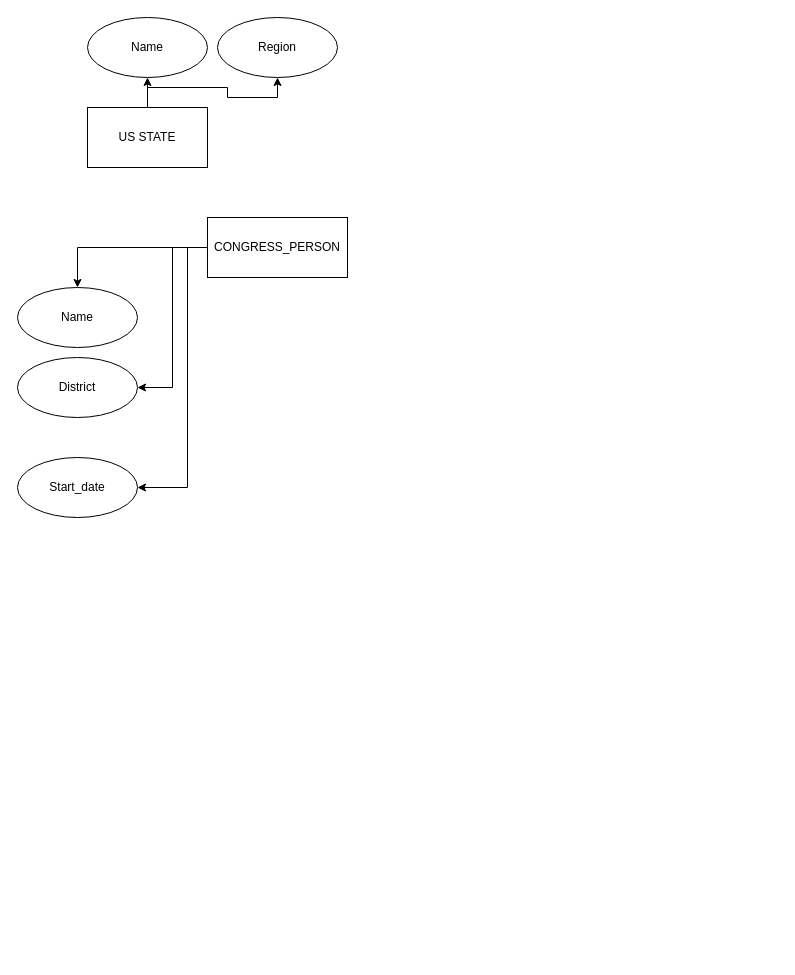
persons101/CS4620 keeps this draw.io diagram as CS4620-Mason-HW1-Ex3_21.drawio. Above is the earlier version. Source tidied: cells renumbered, new cells numbered last; positions are measured from the earlier drawing's top-left corner, leaving out a move shared by most shapes. Both pictures are drawn from the tidied source at 100%, with x=0, y=0 at pixel (17, 17).
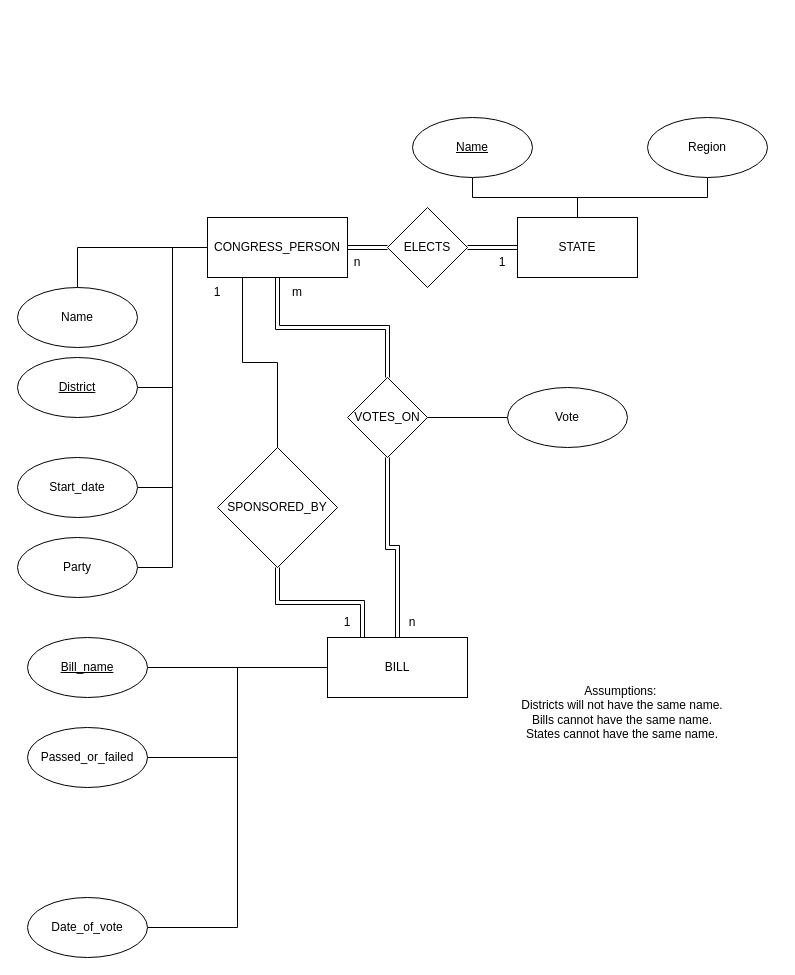
The same diagram, later.

Unchanged cells that the change refers to:
```xml
<mxCell id="10" value="CONGRESS_PERSON" style="rounded=0;whiteSpace=wrap;html=1;" parent="1" vertex="1">
  <mxGeometry x="190" y="200" width="140" height="60" as="geometry" />
</mxCell>
<mxCell id="11" value="Name" style="ellipse;whiteSpace=wrap;html=1;" parent="1" vertex="1">
  <mxGeometry y="270" width="120" height="60" as="geometry" />
</mxCell>
<mxCell id="13" value="Start_date" style="ellipse;whiteSpace=wrap;html=1;" parent="1" vertex="1">
  <mxGeometry y="440" width="120" height="60" as="geometry" />
</mxCell>
```

The edit, as a diff of the source:
```diff
@@
-    <mxCell id="2" style="rounded=0;jettySize=auto;html=1;exitX=0.5;exitY=0;exitDx=0;exitDy=0;entryX=0.5;entryY=1;entryDx=0;entryDy=0;shape=wire;dashed=1;" parent="1" edge="1" source="4" target="5">
+    <mxCell id="2" style="rounded=0;jettySize=auto;html=1;exitX=0.5;exitY=0;exitDx=0;exitDy=0;entryX=0.5;entryY=1;entryDx=0;entryDy=0;endArrow=none;endFill=0;edgeStyle=orthogonalEdgeStyle;" parent="1" edge="1" source="4" target="5">
       <mxGeometry relative="1" as="geometry" />
     </mxCell>
-    <mxCell id="3" style="edgeStyle=orthogonalEdgeStyle;rounded=0;jettySize=auto;html=1;exitX=0.5;exitY=0;exitDx=0;exitDy=0;entryX=0.5;entryY=1;entryDx=0;entryDy=0;" parent="1" edge="1" source="4" target="6">
+    <mxCell id="3" style="edgeStyle=orthogonalEdgeStyle;rounded=0;jettySize=auto;html=1;exitX=0.5;exitY=0;exitDx=0;exitDy=0;entryX=0.5;entryY=1;entryDx=0;entryDy=0;endArrow=none;endFill=0;" parent="1" edge="1" source="4" target="6">
       <mxGeometry relative="1" as="geometry" />
     </mxCell>
+    <mxCell id="14" style="edgeStyle=orthogonalEdgeStyle;rounded=0;jettySize=auto;html=1;endArrow=none;endFill=0;shape=link;" parent="1" edge="1" source="4" target="31">
+      <mxGeometry relative="1" as="geometry" />
+    </mxCell>
-    <mxCell id="4" value="US STATE" style="rounded=0;whiteSpace=wrap;html=1;" parent="1" vertex="1">
-      <mxGeometry x="70" y="90" width="120" height="60" as="geometry" />
+    <mxCell id="4" value="STATE" style="rounded=0;whiteSpace=wrap;html=1;" parent="1" vertex="1">
+      <mxGeometry x="500" y="200" width="120" height="60" as="geometry" />
     </mxCell>
-    <mxCell id="5" value="Name" style="ellipse;whiteSpace=wrap;html=1;" parent="1" vertex="1">
-      <mxGeometry x="70" width="120" height="60" as="geometry" />
+    <mxCell id="5" value="&lt;u&gt;Name&lt;/u&gt;" style="ellipse;whiteSpace=wrap;html=1;" parent="1" vertex="1">
+      <mxGeometry x="395" y="100" width="120" height="60" as="geometry" />
     </mxCell>
     <mxCell id="6" value="Region" style="ellipse;whiteSpace=wrap;html=1;" parent="1" vertex="1">
-      <mxGeometry x="200" width="120" height="60" as="geometry" />
+      <mxGeometry x="630" y="100" width="120" height="60" as="geometry" />
     </mxCell>
-    <mxCell id="7" style="edgeStyle=orthogonalEdgeStyle;rounded=0;jettySize=auto;html=1;exitX=0;exitY=0.5;exitDx=0;exitDy=0;entryX=0.5;entryY=0;entryDx=0;entryDy=0;" parent="1" edge="1" source="10" target="11">
+    <mxCell id="7" style="edgeStyle=orthogonalEdgeStyle;rounded=0;jettySize=auto;html=1;exitX=0;exitY=0.5;exitDx=0;exitDy=0;entryX=0.5;entryY=0;entryDx=0;entryDy=0;endArrow=none;endFill=0;" parent="1" edge="1" source="10" target="11">
       <mxGeometry relative="1" as="geometry" />
     </mxCell>
-    <mxCell id="8" style="edgeStyle=orthogonalEdgeStyle;rounded=0;jettySize=auto;html=1;exitX=0;exitY=0.5;exitDx=0;exitDy=0;entryX=1;entryY=0.5;entryDx=0;entryDy=0;" parent="1" edge="1" source="10" target="12">
+    <mxCell id="8" style="edgeStyle=orthogonalEdgeStyle;rounded=0;jettySize=auto;html=1;exitX=0;exitY=0.5;exitDx=0;exitDy=0;entryX=1;entryY=0.5;entryDx=0;entryDy=0;endArrow=none;endFill=0;" parent="1" edge="1" source="10" target="12">
       <mxGeometry relative="1" as="geometry" />
     </mxCell>
+    <mxCell id="15" style="edgeStyle=orthogonalEdgeStyle;rounded=0;jettySize=auto;html=1;exitX=0;exitY=0.5;exitDx=0;exitDy=0;entryX=1;entryY=0.5;entryDx=0;entryDy=0;endArrow=none;endFill=0;" parent="1" edge="1" source="10" target="17">
+      <mxGeometry relative="1" as="geometry" />
+    </mxCell>
-    <mxCell id="9" style="edgeStyle=orthogonalEdgeStyle;rounded=0;jettySize=auto;html=1;exitX=0;exitY=0.5;exitDx=0;exitDy=0;entryX=1;entryY=0.5;entryDx=0;entryDy=0;" parent="1" edge="1" source="10" target="13">
-      <mxGeometry relative="1" as="geometry">
-        <Array as="points">
-          <mxPoint x="170" y="230" />
-          <mxPoint x="170" y="470" />
-        </Array>
-      </mxGeometry>
+    <mxCell id="9" style="edgeStyle=orthogonalEdgeStyle;rounded=0;jettySize=auto;html=1;exitX=0;exitY=0.5;exitDx=0;exitDy=0;entryX=1;entryY=0.5;entryDx=0;entryDy=0;endArrow=none;endFill=0;" parent="1" edge="1" source="10" target="13">
+      <mxGeometry relative="1" as="geometry" />
     </mxCell>
+    <mxCell id="16" style="edgeStyle=orthogonalEdgeStyle;rounded=0;jettySize=auto;html=1;endArrow=none;endFill=0;shape=link;" parent="1" edge="1" source="10" target="28">
+      <mxGeometry relative="1" as="geometry" />
+    </mxCell>
@@
-    <mxCell id="12" value="District" style="ellipse;whiteSpace=wrap;html=1;" parent="1" vertex="1">
+    <mxCell id="12" value="&lt;u&gt;District&lt;/u&gt;" style="ellipse;whiteSpace=wrap;html=1;" parent="1" vertex="1">
       <mxGeometry y="340" width="120" height="60" as="geometry" />
     </mxCell>
@@
+    <mxCell id="17" value="Party" style="ellipse;whiteSpace=wrap;html=1;" parent="1" vertex="1">
+      <mxGeometry y="520" width="120" height="60" as="geometry" />
+    </mxCell>
+    <mxCell id="18" style="edgeStyle=orthogonalEdgeStyle;rounded=0;jettySize=auto;html=1;exitX=0;exitY=0.5;exitDx=0;exitDy=0;entryX=1;entryY=0.5;entryDx=0;entryDy=0;endArrow=none;endFill=0;" parent="1" edge="1" source="22" target="23">
+      <mxGeometry relative="1" as="geometry" />
+    </mxCell>
+    <mxCell id="19" style="edgeStyle=orthogonalEdgeStyle;rounded=0;jettySize=auto;html=1;exitX=0;exitY=0.5;exitDx=0;exitDy=0;entryX=1;entryY=0.5;entryDx=0;entryDy=0;endArrow=none;endFill=0;" parent="1" edge="1" source="22" target="24">
+      <mxGeometry relative="1" as="geometry" />
+    </mxCell>
+    <mxCell id="20" style="edgeStyle=orthogonalEdgeStyle;rounded=0;jettySize=auto;html=1;entryX=1;entryY=0.5;entryDx=0;entryDy=0;endArrow=none;endFill=0;" parent="1" edge="1" source="22" target="25">
+      <mxGeometry relative="1" as="geometry" />
+    </mxCell>
+    <mxCell id="21" style="edgeStyle=orthogonalEdgeStyle;rounded=0;jettySize=auto;html=1;shape=link;exitX=0.25;exitY=0;exitDx=0;exitDy=0;" parent="1" edge="1" source="22" target="34">
+      <mxGeometry relative="1" as="geometry" />
+    </mxCell>
+    <mxCell id="22" value="BILL" style="rounded=0;whiteSpace=wrap;html=1;" parent="1" vertex="1">
+      <mxGeometry x="310" y="620" width="140" height="60" as="geometry" />
+    </mxCell>
+    <mxCell id="23" value="&lt;u&gt;Bill_name&lt;/u&gt;" style="ellipse;whiteSpace=wrap;html=1;" parent="1" vertex="1">
+      <mxGeometry x="10" y="620" width="120" height="60" as="geometry" />
+    </mxCell>
+    <mxCell id="24" value="Passed_or_failed" style="ellipse;whiteSpace=wrap;html=1;" parent="1" vertex="1">
+      <mxGeometry x="10" y="710" width="120" height="60" as="geometry" />
+    </mxCell>
+    <mxCell id="25" value="Date_of_vote" style="ellipse;whiteSpace=wrap;html=1;" parent="1" vertex="1">
+      <mxGeometry x="10" y="880" width="120" height="60" as="geometry" />
+    </mxCell>
+    <mxCell id="26" style="edgeStyle=orthogonalEdgeStyle;rounded=0;jettySize=auto;html=1;endArrow=none;endFill=0;shape=link;" parent="1" edge="1" source="28" target="22">
+      <mxGeometry relative="1" as="geometry" />
+    </mxCell>
+    <mxCell id="27" style="edgeStyle=orthogonalEdgeStyle;rounded=0;jettySize=auto;html=1;endArrow=none;endFill=0;" parent="1" edge="1" source="28" target="29">
+      <mxGeometry relative="1" as="geometry" />
+    </mxCell>
+    <mxCell id="28" value="VOTES_ON" style="rhombus;whiteSpace=wrap;html=1;rounded=0;" parent="1" vertex="1">
+      <mxGeometry x="330" y="360" width="80" height="80" as="geometry" />
+    </mxCell>
+    <mxCell id="29" value="Vote" style="ellipse;whiteSpace=wrap;html=1;" parent="1" vertex="1">
+      <mxGeometry x="490" y="370" width="120" height="60" as="geometry" />
+    </mxCell>
+    <mxCell id="30" style="edgeStyle=orthogonalEdgeStyle;rounded=0;jettySize=auto;html=1;endArrow=none;endFill=0;shape=link;" parent="1" edge="1" source="31" target="10">
+      <mxGeometry relative="1" as="geometry" />
+    </mxCell>
+    <mxCell id="31" value="ELECTS" style="rhombus;whiteSpace=wrap;html=1;rounded=0;" parent="1" vertex="1">
+      <mxGeometry x="370" y="190" width="80" height="80" as="geometry" />
+    </mxCell>
+    <mxCell id="32" value="Assumptions:&amp;nbsp;&lt;div&gt;Districts will not have the same name.&lt;/div&gt;&lt;div&gt;Bills cannot have the same name.&lt;/div&gt;&lt;div&gt;States cannot have the same name.&lt;/div&gt;" style="text;html=1;whiteSpace=wrap;strokeColor=none;fillColor=none;align=center;verticalAlign=middle;rounded=0;" parent="1" vertex="1">
+      <mxGeometry x="450" y="550" width="310" height="290" as="geometry" />
+    </mxCell>
+    <mxCell id="33" style="edgeStyle=orthogonalEdgeStyle;rounded=0;jettySize=auto;html=1;endArrow=none;endFill=0;entryX=0.25;entryY=1;entryDx=0;entryDy=0;" parent="1" edge="1" source="34" target="10">
+      <mxGeometry relative="1" as="geometry" />
+    </mxCell>
+    <mxCell id="34" value="SPONSORED_BY" style="rhombus;whiteSpace=wrap;html=1;rounded=0;" parent="1" vertex="1">
+      <mxGeometry x="200" y="430" width="120" height="120" as="geometry" />
+    </mxCell>
+    <mxCell id="35" value="1" style="text;html=1;whiteSpace=wrap;strokeColor=none;fillColor=none;align=center;verticalAlign=middle;rounded=0;" parent="1" vertex="1">
+      <mxGeometry x="170" y="260" width="60" height="30" as="geometry" />
+    </mxCell>
+    <mxCell id="36" value="1" style="text;html=1;whiteSpace=wrap;strokeColor=none;fillColor=none;align=center;verticalAlign=middle;rounded=0;" parent="1" vertex="1">
+      <mxGeometry x="300" y="590" width="60" height="30" as="geometry" />
+    </mxCell>
+    <mxCell id="37" value="n" style="text;html=1;whiteSpace=wrap;strokeColor=none;fillColor=none;align=center;verticalAlign=middle;rounded=0;" parent="1" vertex="1">
+      <mxGeometry x="365" y="590" width="60" height="30" as="geometry" />
+    </mxCell>
+    <mxCell id="38" value="m" style="text;html=1;whiteSpace=wrap;strokeColor=none;fillColor=none;align=center;verticalAlign=middle;rounded=0;" parent="1" vertex="1">
+      <mxGeometry x="250" y="260" width="60" height="30" as="geometry" />
+    </mxCell>
+    <mxCell id="39" value="1" style="text;html=1;whiteSpace=wrap;strokeColor=none;fillColor=none;align=center;verticalAlign=middle;rounded=0;" parent="1" vertex="1">
+      <mxGeometry x="455" y="230" width="60" height="30" as="geometry" />
+    </mxCell>
+    <mxCell id="40" value="n" style="text;html=1;whiteSpace=wrap;strokeColor=none;fillColor=none;align=center;verticalAlign=middle;rounded=0;" parent="1" vertex="1">
+      <mxGeometry x="310" y="230" width="60" height="30" as="geometry" />
+    </mxCell>
```
